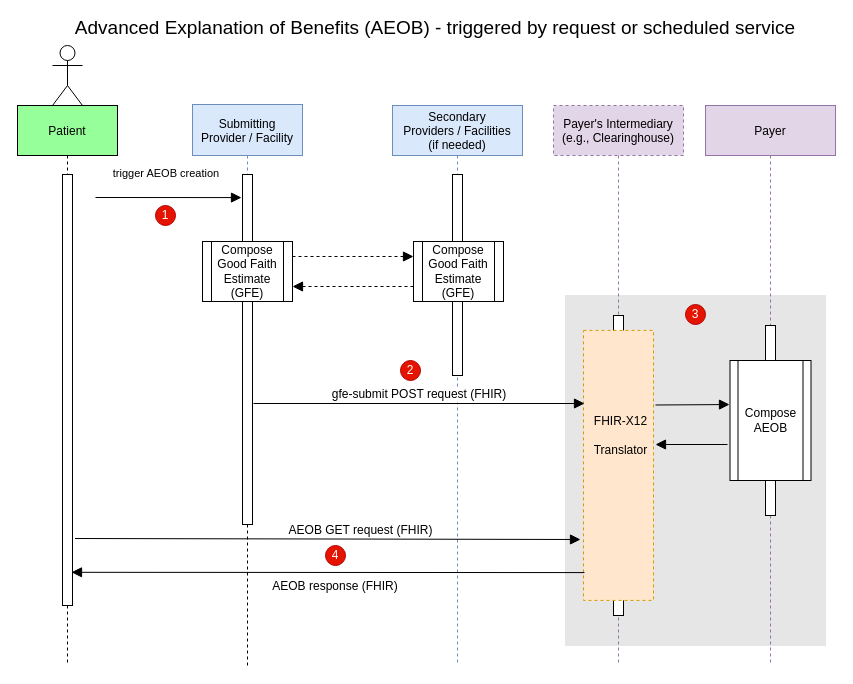
This is input/images/AEOB-interaction.drawio from HL7/davinci-pct, a draw.io file, before an edit. Source tidied: cells renumbered, new cells numbered last; positions are measured from the earlier drawing's top-left corner, leaving out a move shared by most shapes. Both pictures are drawn from the tidied source at 100%, with x=0, y=0 at pixel (17, 18).
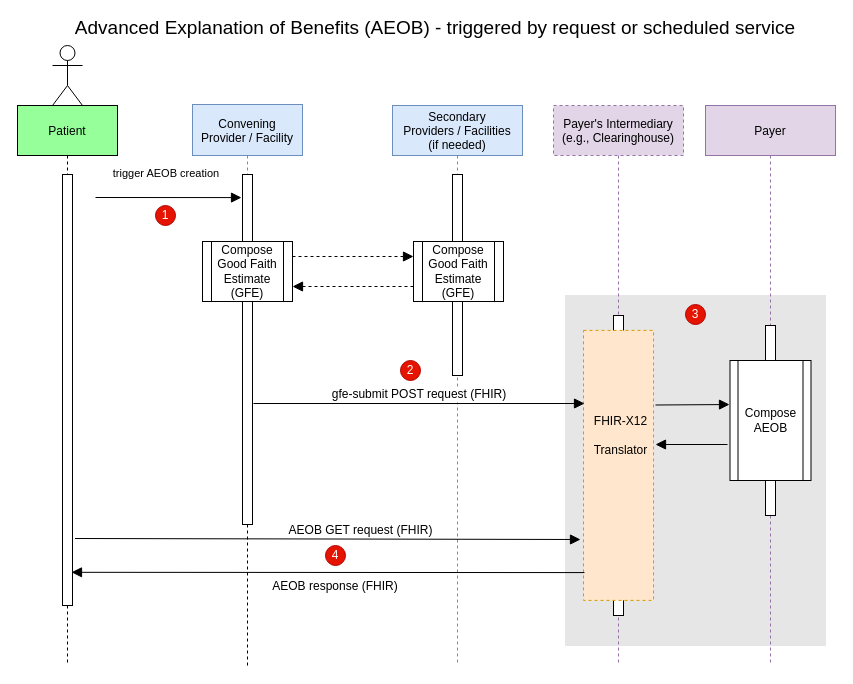
After the change.

Commit message (it also covers changes not shown here):
Change submitting provider to convening provider

Diff of the diagram source:
```diff
@@
-    <mxCell id="4" value="Submitting &#10;Provider / Facility" style="shape=umlLifeline;perimeter=lifelinePerimeter;rounded=0;shadow=0;strokeWidth=1;fillColor=#dae8fc;size=51;strokeColor=#6c8ebf;" parent="1" vertex="1">
+    <mxCell id="4" value="Convening &#10;Provider / Facility" style="shape=umlLifeline;perimeter=lifelinePerimeter;rounded=0;shadow=0;strokeWidth=1;fillColor=#dae8fc;size=51;strokeColor=#6c8ebf;" parent="1" vertex="1">
       <mxGeometry x="175" y="86" width="110" height="420" as="geometry" />
     </mxCell>
```
